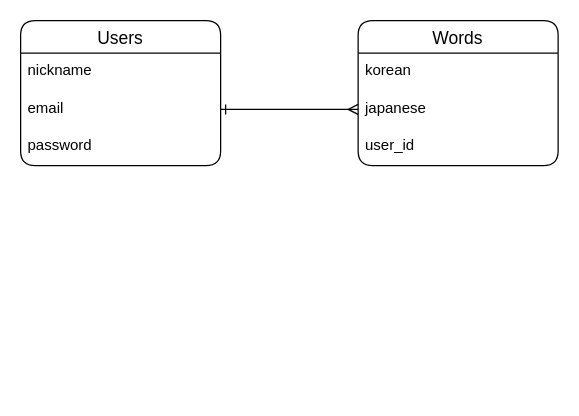
The draw.io diagram kitword.dio in manami0624/kit-words, before the edit. Source tidied: cells renumbered, new cells numbered last; positions are measured from the earlier drawing's top-left corner, leaving out a move shared by most shapes. Both pictures are drawn from the tidied source at 125%, with x=0, y=0 at pixel (20, 20).
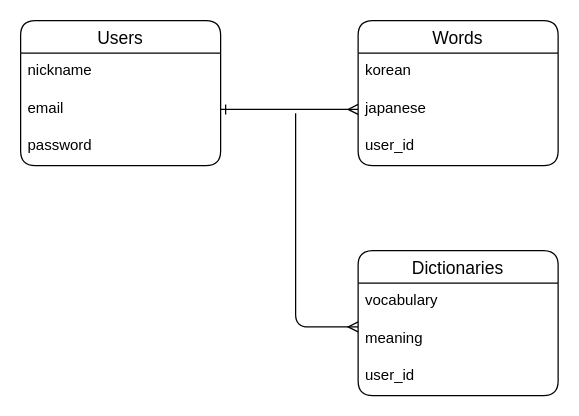
The same diagram, later.

What changed in the source:
```diff
@@
 <mxGraphModel>
   <root>
     <mxCell id="0" />
     <mxCell id="1" parent="0" />
     <mxCell id="2" value="Users" style="swimlane;fontStyle=0;horizontal=1;startSize=26;align=center;fontSize=14;rounded=1;" parent="1" vertex="1">
       <mxGeometry width="160" height="116" as="geometry" />
     </mxCell>
     <mxCell id="3" value="nickname" style="text;strokeColor=none;fillColor=none;spacingLeft=4;spacingRight=4;overflow=hidden;fontSize=12;rounded=1;" parent="2" vertex="1">
       <mxGeometry y="26" width="160" height="30" as="geometry" />
     </mxCell>
     <mxCell id="4" value="email" style="text;strokeColor=none;fillColor=none;spacingLeft=4;spacingRight=4;overflow=hidden;points=[[0,0.5],[1,0.5]];portConstraint=eastwest;fontSize=12;rounded=1;" parent="2" vertex="1">
       <mxGeometry y="56" width="160" height="30" as="geometry" />
     </mxCell>
     <mxCell id="5" value="password" style="text;strokeColor=none;fillColor=none;spacingLeft=4;spacingRight=4;overflow=hidden;fontSize=12;rounded=1;" parent="2" vertex="1">
       <mxGeometry y="86" width="160" height="30" as="geometry" />
     </mxCell>
     <mxCell id="6" value="Words" style="swimlane;fontStyle=0;horizontal=1;startSize=26;align=center;fontSize=14;rounded=1;" parent="1" vertex="1">
       <mxGeometry x="270" width="160" height="116" as="geometry" />
     </mxCell>
     <mxCell id="7" value="korean" style="text;strokeColor=none;fillColor=none;spacingLeft=4;spacingRight=4;overflow=hidden;fontSize=12;rounded=1;" parent="6" vertex="1">
       <mxGeometry y="26" width="160" height="30" as="geometry" />
     </mxCell>
     <mxCell id="8" value="japanese" style="text;strokeColor=none;fillColor=none;spacingLeft=4;spacingRight=4;overflow=hidden;points=[[0,0.5],[1,0.5]];portConstraint=eastwest;fontSize=12;rounded=1;" parent="6" vertex="1">
       <mxGeometry y="56" width="160" height="30" as="geometry" />
     </mxCell>
     <mxCell id="9" value="user_id" style="text;strokeColor=none;fillColor=none;spacingLeft=4;spacingRight=4;overflow=hidden;fontSize=12;rounded=1;" parent="6" vertex="1">
       <mxGeometry y="86" width="160" height="30" as="geometry" />
     </mxCell>
     <mxCell id="10" style="edgeStyle=none;html=1;entryX=0;entryY=0.5;entryDx=0;entryDy=0;endArrow=ERmany;endFill=0;startArrow=ERone;startFill=0;rounded=1;" parent="1" edge="1" source="4" target="8">
       <mxGeometry relative="1" as="geometry" />
     </mxCell>
+    <mxCell id="11" value="Dictionaries" style="swimlane;fontStyle=0;horizontal=1;startSize=26;align=center;fontSize=14;rounded=1;" parent="1" vertex="1">
+      <mxGeometry x="270" y="184" width="160" height="116" as="geometry" />
+    </mxCell>
+    <mxCell id="12" value="vocabulary" style="text;strokeColor=none;fillColor=none;spacingLeft=4;spacingRight=4;overflow=hidden;fontSize=12;rounded=1;" parent="11" vertex="1">
+      <mxGeometry y="26" width="160" height="30" as="geometry" />
+    </mxCell>
+    <mxCell id="13" value="meaning" style="text;strokeColor=none;fillColor=none;spacingLeft=4;spacingRight=4;overflow=hidden;fontSize=12;rounded=1;" parent="11" vertex="1">
+      <mxGeometry y="56" width="160" height="30" as="geometry" />
+    </mxCell>
+    <mxCell id="14" value="user_id" style="text;strokeColor=none;fillColor=none;spacingLeft=4;spacingRight=4;overflow=hidden;fontSize=12;rounded=1;" parent="11" vertex="1">
+      <mxGeometry y="86" width="160" height="30" as="geometry" />
+    </mxCell>
+    <mxCell id="15" style="edgeStyle=none;html=1;endArrow=ERmany;endFill=0;startArrow=none;startFill=0;" parent="1" edge="1">
+      <mxGeometry relative="1" as="geometry">
+        <mxPoint x="220" y="74" as="sourcePoint" />
+        <mxPoint x="270" y="245" as="targetPoint" />
+        <Array as="points">
+          <mxPoint x="220" y="245" />
+        </Array>
+      </mxGeometry>
+    </mxCell>
   </root>
 </mxGraphModel>
```
